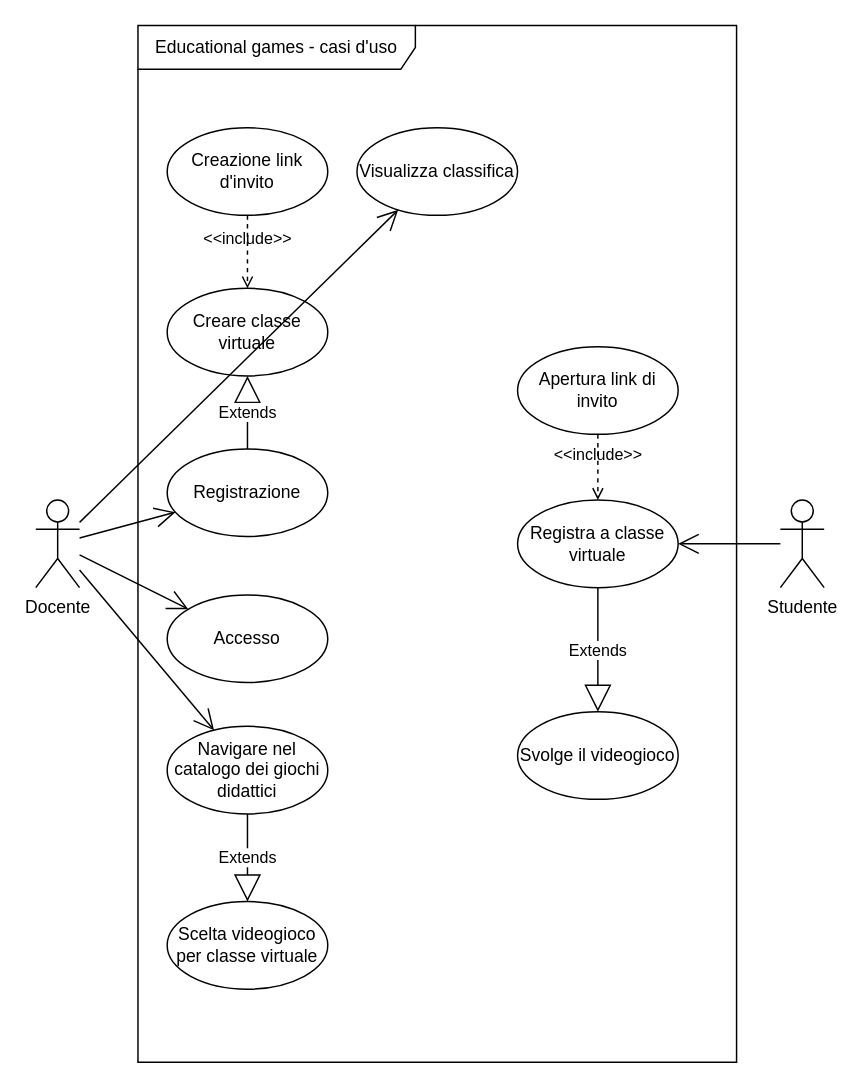
The draw.io diagram UML.drawio in Smatjoy/Seconda-prova-Info-2023, before the edit. Source tidied: cells renumbered, new cells numbered last; positions are measured from the earlier drawing's top-left corner, leaving out a move shared by most shapes. Both pictures are drawn from the tidied source at 146%, with x=0, y=0 at pixel (35, 25).
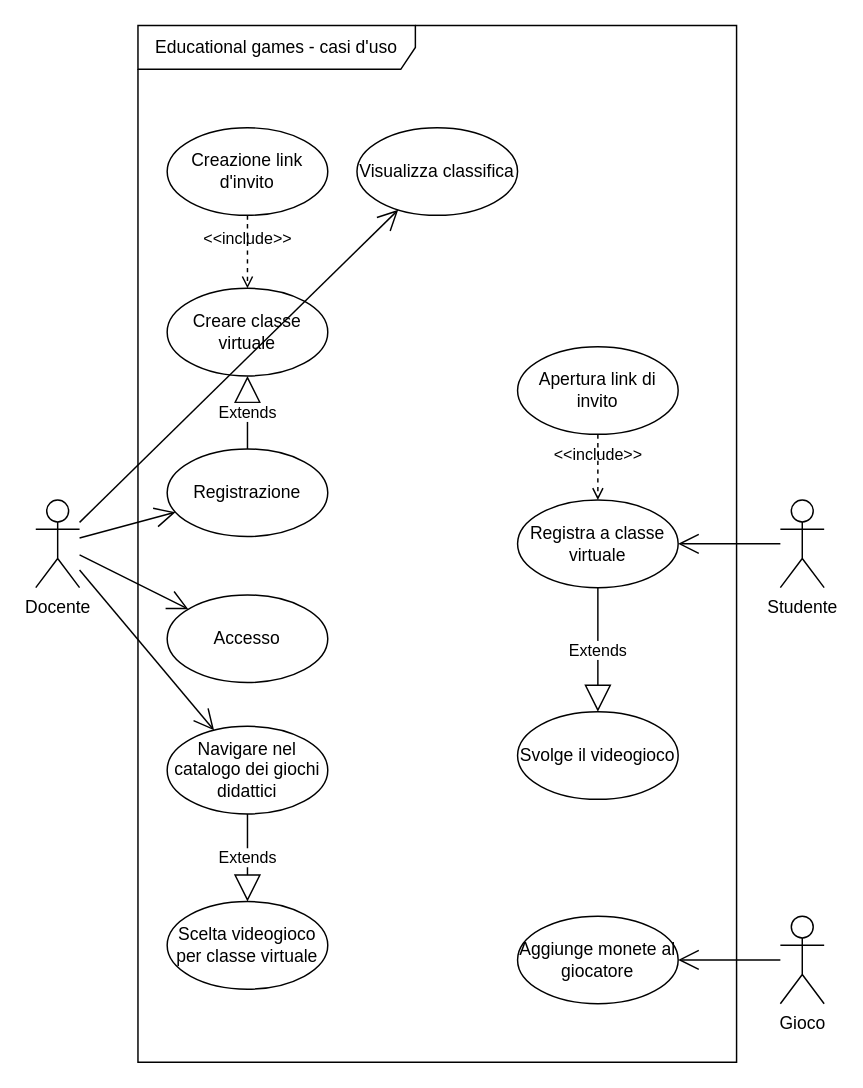
The same page after the edit.

Unchanged cells that the change refers to:
```xml
<mxCell id="4" value="Educational games - casi d'uso" style="shape=umlFrame;whiteSpace=wrap;html=1;width=190;height=30;" parent="1" vertex="1">
  <mxGeometry x="70" width="410" height="710" as="geometry" />
</mxCell>
```

What changed in the source:
```diff
@@
+    <mxCell id="25" value="Aggiunge monete al giocatore" style="ellipse;whiteSpace=wrap;html=1;" parent="4" vertex="1">
+      <mxGeometry x="260" y="610" width="110" height="60" as="geometry" />
+    </mxCell>
@@
+    <mxCell id="26" value="Gioco" style="shape=umlActor;verticalLabelPosition=bottom;verticalAlign=top;html=1;outlineConnect=0;" parent="1" vertex="1">
+      <mxGeometry x="510" y="610" width="30" height="60" as="geometry" />
+    </mxCell>
+    <mxCell id="27" style="endArrow=open;endFill=1;endSize=12;html=1;rounded=0;" parent="1" edge="1" source="26" target="25">
+      <mxGeometry relative="1" as="geometry" />
+    </mxCell>
```
